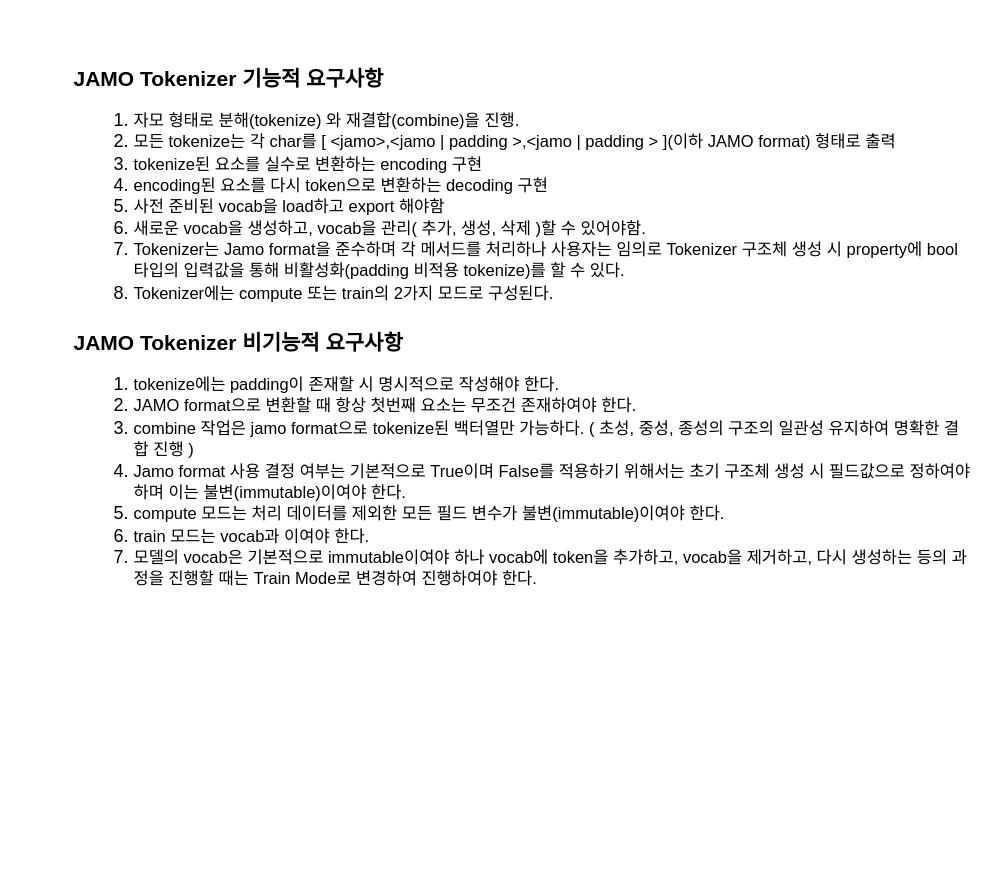
Above: JAMO Tokenizer 요구사항 정리.drawio in tolf7544/JAMO-Tokenizer (draw.io), before the change. Source tidied: cells renumbered, new cells numbered last; positions are measured from the earlier drawing's top-left corner, leaving out a move shared by most shapes. Both pictures are drawn from the tidied source at 150%, with x=0, y=0 at pixel (70, 86).
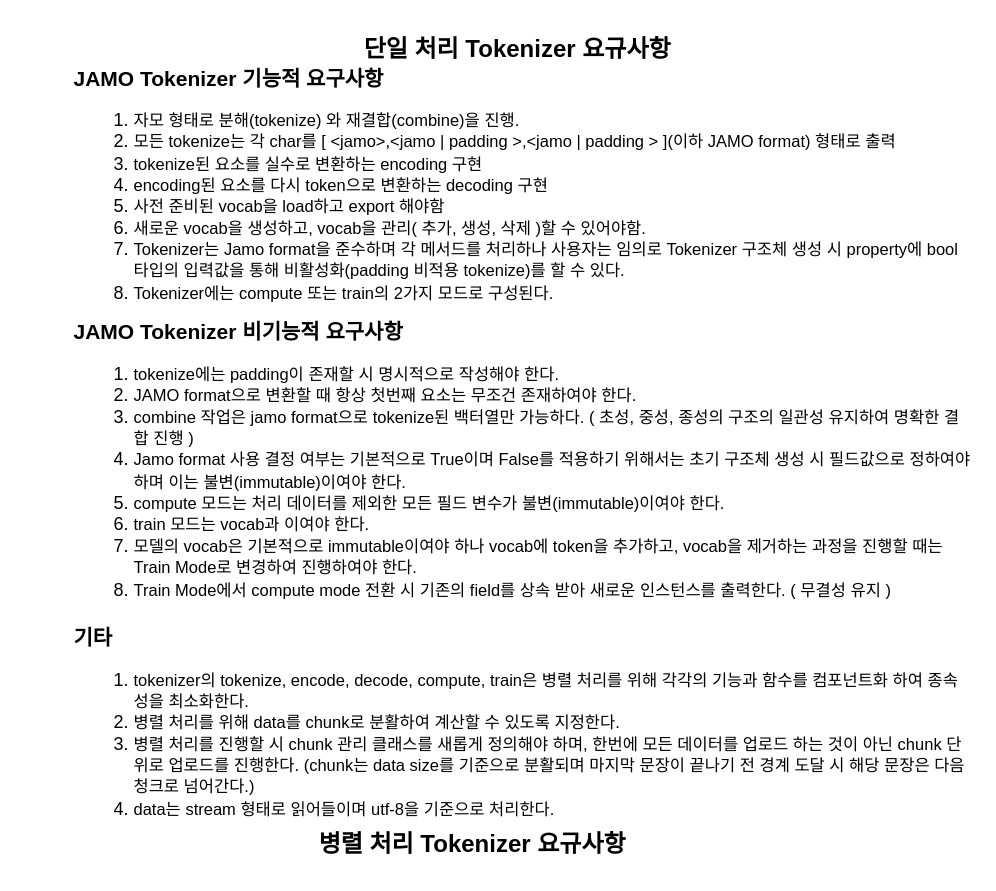
The same diagram, later.

Commit message:
JAMO Tokenizer 요구사항 정리.drawio 업데이트

Change to the diagram source:
```diff
@@
 <mxGraphModel>
   <root>
     <mxCell id="0" />
     <mxCell id="1" parent="0" />
     <mxCell id="2" value="&lt;span style=&quot;font-size: 14px;&quot;&gt;&lt;b&gt;JAMO Tokenizer 기능적 요구사항&lt;/b&gt;&lt;/span&gt;&lt;div&gt;&lt;p&gt;&lt;/p&gt;&lt;ol&gt;&lt;li&gt;&lt;font style=&quot;font-size: 11px;&quot;&gt;자모 형태로 분해(tokenize) 와 재결합(combine)을 진행.&lt;/font&gt;&lt;/li&gt;&lt;li&gt;&lt;font style=&quot;font-size: 11px;&quot;&gt;모든 tokenize는 각 char를 [ &amp;lt;jamo&amp;gt;,&amp;lt;jamo&amp;nbsp;| padding&amp;nbsp;&amp;gt;,&amp;lt;jamo | padding &amp;gt;&amp;nbsp;](이하 JAMO format) 형태로 출력&lt;/font&gt;&lt;/li&gt;&lt;li&gt;&lt;font style=&quot;font-size: 11px;&quot;&gt;tokenize된 요소를 실수로 변환하는 encoding 구현&lt;/font&gt;&lt;/li&gt;&lt;li&gt;&lt;font style=&quot;font-size: 11px;&quot;&gt;encoding된 요소를 다시 token으로 변환하는 decoding 구현&lt;/font&gt;&lt;/li&gt;&lt;li&gt;&lt;span style=&quot;font-size: 11px;&quot;&gt;사전 준비된 vocab을 load하고 export 해야함&lt;/span&gt;&lt;/li&gt;&lt;li&gt;&lt;span style=&quot;font-size: 11px;&quot;&gt;새로운 vocab을 생성하고, vocab을 관리( 추가, 생성, 삭제 )할 수 있어야함.&lt;/span&gt;&lt;/li&gt;&lt;li&gt;&lt;span style=&quot;font-size: 11px;&quot;&gt;Tokenizer는 Jamo format을 준수하며 각 메서드를 처리하나 사용자는 임의로 Tokenizer 구조체 생성 시 property에 bool 타입의 입력값을 통해 비활성화(padding 비적용 tokenize)를 할 수 있다.&lt;/span&gt;&lt;/li&gt;&lt;li&gt;&lt;span style=&quot;font-size: 11px;&quot;&gt;Tokenizer에는 compute 또는 train의 2가지 모드로 구성된다.&lt;/span&gt;&lt;/li&gt;&lt;/ol&gt;&lt;p&gt;&lt;/p&gt;&lt;div&gt;&lt;span style=&quot;font-size: 14px;&quot;&gt;&lt;b&gt;&lt;br&gt;&lt;/b&gt;&lt;/span&gt;&lt;/div&gt;&lt;/div&gt;" style="text;html=1;align=left;verticalAlign=middle;whiteSpace=wrap;rounded=0;" parent="1" vertex="1">
       <mxGeometry width="600" height="160" as="geometry" />
     </mxCell>
-    <mxCell id="3" value="&lt;span style=&quot;font-size: 14px;&quot;&gt;&lt;b&gt;JAMO Tokenizer 비기능적 요구사항&lt;/b&gt;&lt;/span&gt;&lt;div&gt;&lt;p&gt;&lt;/p&gt;&lt;ol&gt;&lt;li&gt;&lt;font style=&quot;font-size: 11px;&quot;&gt;tokenize에는 padding이 존재할 시 명시적으로 작성해야 한다.&lt;/font&gt;&lt;/li&gt;&lt;li&gt;&lt;font style=&quot;font-size: 11px;&quot;&gt;JAMO format으로 변환할 때 항상 첫번째 요소는 무조건 존재하여야 한다.&lt;/font&gt;&lt;/li&gt;&lt;li&gt;&lt;font style=&quot;font-size: 11px;&quot;&gt;combine 작업은 jamo format으로 tokenize된 백터열만 가능하다. ( 초성, 중성, 종성의 구조의 일관성 유지하여 명확한 결합 진행 )&lt;/font&gt;&lt;/li&gt;&lt;li&gt;&lt;span style=&quot;font-size: 11px;&quot;&gt;Jamo format 사용 결정 여부는 기본적으로 True이며 False를 적용하기 위해서는 초기 구조체 생성 시 필드값으로 정하여야 하며 이는 불변(immutable)이여야 한다.&lt;/span&gt;&lt;/li&gt;&lt;li&gt;&lt;span style=&quot;font-size: 11px;&quot;&gt;compute 모드는 처리 데이터를 제외한 모든 필드 변수가&amp;nbsp;불변(immutable)이여야 한다.&lt;/span&gt;&lt;/li&gt;&lt;li&gt;&lt;span style=&quot;font-size: 11px;&quot;&gt;train 모드는 vocab과 이여야 한다.&lt;/span&gt;&lt;/li&gt;&lt;li&gt;&lt;span style=&quot;font-size: 11px;&quot;&gt;모델의 vocab은 기본적으로 immutable이여야 하나 vocab에 token을 추가하고, vocab을 제거하고, 다시 생성하는 등의 과정을 진행할 때는 Train Mode로 변경하여 진행하여야 한다.&lt;/span&gt;&lt;/li&gt;&lt;/ol&gt;&lt;/div&gt;" style="text;html=1;align=left;verticalAlign=middle;whiteSpace=wrap;rounded=0;" parent="1" vertex="1">
+    <mxCell id="3" value="&lt;span style=&quot;font-size: 14px;&quot;&gt;&lt;b&gt;JAMO Tokenizer 비기능적 요구사항&lt;/b&gt;&lt;/span&gt;&lt;div&gt;&lt;p&gt;&lt;/p&gt;&lt;ol&gt;&lt;li&gt;&lt;font style=&quot;font-size: 11px;&quot;&gt;tokenize에는 padding이 존재할 시 명시적으로 작성해야 한다.&lt;/font&gt;&lt;/li&gt;&lt;li&gt;&lt;font style=&quot;font-size: 11px;&quot;&gt;JAMO format으로 변환할 때 항상 첫번째 요소는 무조건 존재하여야 한다.&lt;/font&gt;&lt;/li&gt;&lt;li&gt;&lt;font style=&quot;font-size: 11px;&quot;&gt;combine 작업은 jamo format으로 tokenize된 백터열만 가능하다. ( 초성, 중성, 종성의 구조의 일관성 유지하여 명확한 결합 진행 )&lt;/font&gt;&lt;/li&gt;&lt;li&gt;&lt;span style=&quot;font-size: 11px;&quot;&gt;Jamo format 사용 결정 여부는 기본적으로 True이며 False를 적용하기 위해서는 초기 구조체 생성 시 필드값으로 정하여야 하며 이는 불변(immutable)이여야 한다.&lt;/span&gt;&lt;/li&gt;&lt;li&gt;&lt;span style=&quot;font-size: 11px;&quot;&gt;compute 모드는 처리 데이터를 제외한 모든 필드 변수가&amp;nbsp;불변(immutable)이여야 한다.&lt;/span&gt;&lt;/li&gt;&lt;li&gt;&lt;span style=&quot;font-size: 11px;&quot;&gt;train 모드는 vocab과 이여야 한다.&lt;/span&gt;&lt;/li&gt;&lt;li&gt;&lt;span style=&quot;font-size: 11px;&quot;&gt;모델의 vocab은 기본적으로 immutable이여야 하나 vocab에 token을 추가하고, vocab을 제거하는 과정을 진행할 때는 Train Mode로 변경하여 진행하여야 한다.&lt;/span&gt;&lt;/li&gt;&lt;li&gt;&lt;span style=&quot;font-size: 11px;&quot;&gt;Train Mode에서 compute mode 전환 시 기존의 field를 상속 받아 새로운 인스턴스를 출력한다. ( 무결성 유지 )&lt;/span&gt;&lt;/li&gt;&lt;/ol&gt;&lt;/div&gt;" style="text;html=1;align=left;verticalAlign=middle;whiteSpace=wrap;rounded=0;" parent="1" vertex="1">
       <mxGeometry y="160" width="600" height="190" as="geometry" />
     </mxCell>
+    <mxCell id="4" value="&lt;font style=&quot;font-size: 16px;&quot;&gt;&lt;b&gt;단일 처리 Tokenizer 요규사항&amp;nbsp;&lt;/b&gt;&lt;/font&gt;" style="text;html=1;align=center;verticalAlign=middle;whiteSpace=wrap;rounded=0;" parent="1" vertex="1">
+      <mxGeometry y="-40" width="600" height="30" as="geometry" />
+    </mxCell>
+    <mxCell id="5" value="&lt;font style=&quot;font-size: 16px;&quot;&gt;&lt;b&gt;병렬 처리 Tokenizer 요규사항&amp;nbsp;&lt;/b&gt;&lt;/font&gt;" style="text;html=1;align=center;verticalAlign=middle;whiteSpace=wrap;rounded=0;" parent="1" vertex="1">
+      <mxGeometry x="-30" y="490" width="600" height="30" as="geometry" />
+    </mxCell>
+    <mxCell id="6" value="&lt;span style=&quot;font-size: 14px;&quot;&gt;&lt;b&gt;기타&lt;/b&gt;&lt;/span&gt;&lt;div&gt;&lt;p&gt;&lt;/p&gt;&lt;ol&gt;&lt;li&gt;&lt;span style=&quot;font-size: 11px;&quot;&gt;tokenizer의 tokenize, encode, decode, compute, train은 병렬 처리를 위해 각각의 기능과 함수를 컴포넌트화 하여 종속성을 최소화한다.&lt;/span&gt;&lt;/li&gt;&lt;li&gt;&lt;span style=&quot;font-size: 11px;&quot;&gt;병렬 처리를 위해 data를 chunk로 분활하여 계산할 수 있도록 지정한다.&lt;/span&gt;&lt;/li&gt;&lt;li&gt;&lt;span style=&quot;font-size: 11px;&quot;&gt;병렬 처리를 진행할 시 chunk 관리 클래스를 새롭게 정의해야 하며, 한번에 모든 데이터를 업로드 하는 것이 아닌 chunk 단위로 업로드를 진행한다. (chunk는 data size를 기준으로 분활되며 마지막 문장이 끝나기 전 경계 도달 시 해당 문장은 다음 청크로 넘어간다.)&lt;/span&gt;&lt;/li&gt;&lt;li&gt;&lt;span style=&quot;font-size: 11px;&quot;&gt;data는 stream 형태로 읽어들이며 utf-8을 기준으로 처리한다.&lt;/span&gt;&lt;/li&gt;&lt;/ol&gt;&lt;/div&gt;" style="text;html=1;align=left;verticalAlign=middle;whiteSpace=wrap;rounded=0;" parent="1" vertex="1">
+      <mxGeometry y="360" width="600" height="140" as="geometry" />
+    </mxCell>
   </root>
 </mxGraphModel>
```
